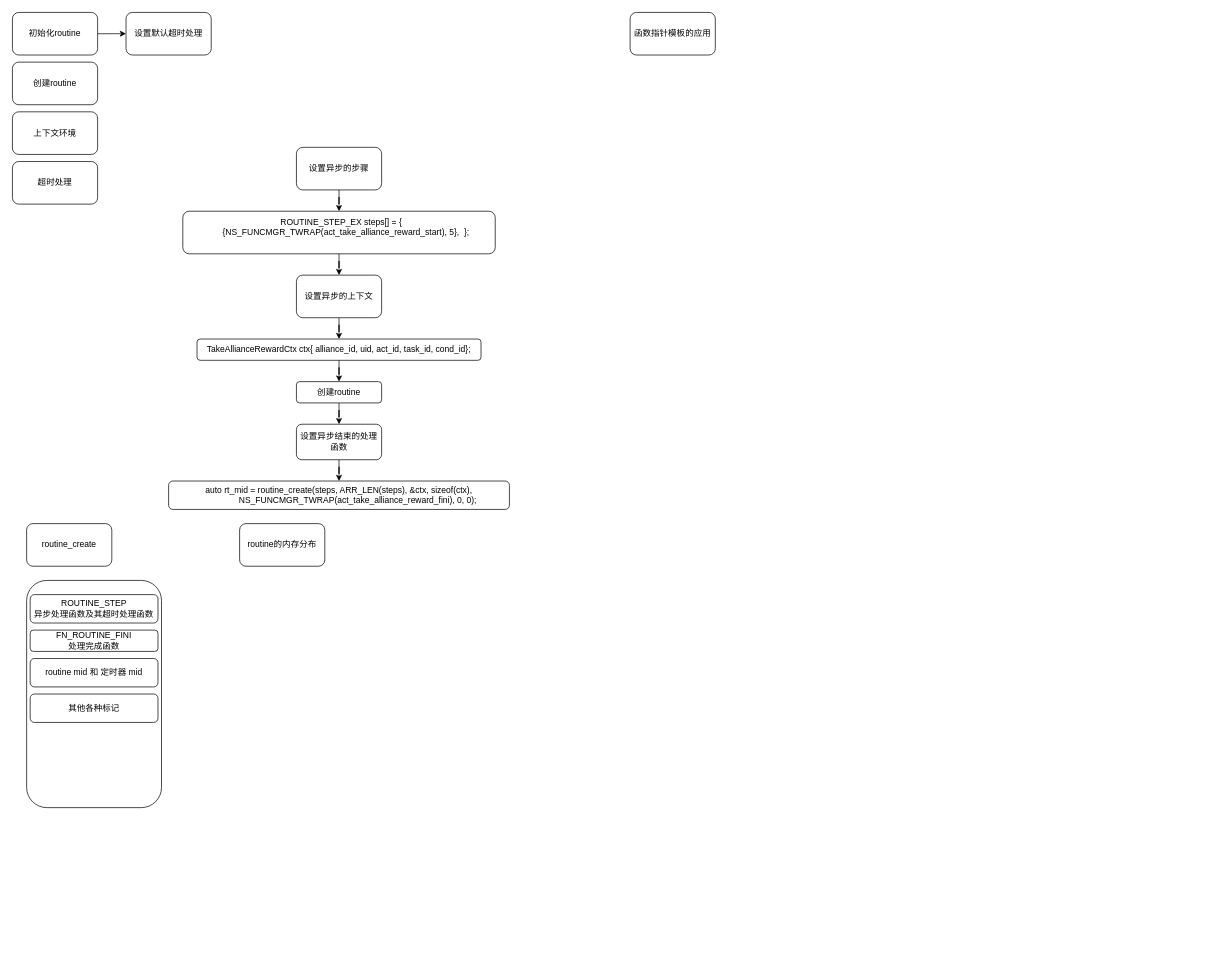
The draw.io diagram 异步.drawio in junpfeng/UE, before the edit. Source tidied: cells renumbered, new cells numbered last; positions are measured from the earlier drawing's top-left corner, leaving out a move shared by most shapes. Both pictures are drawn from the tidied source at 71%, with x=0, y=0 at pixel (12, 12).
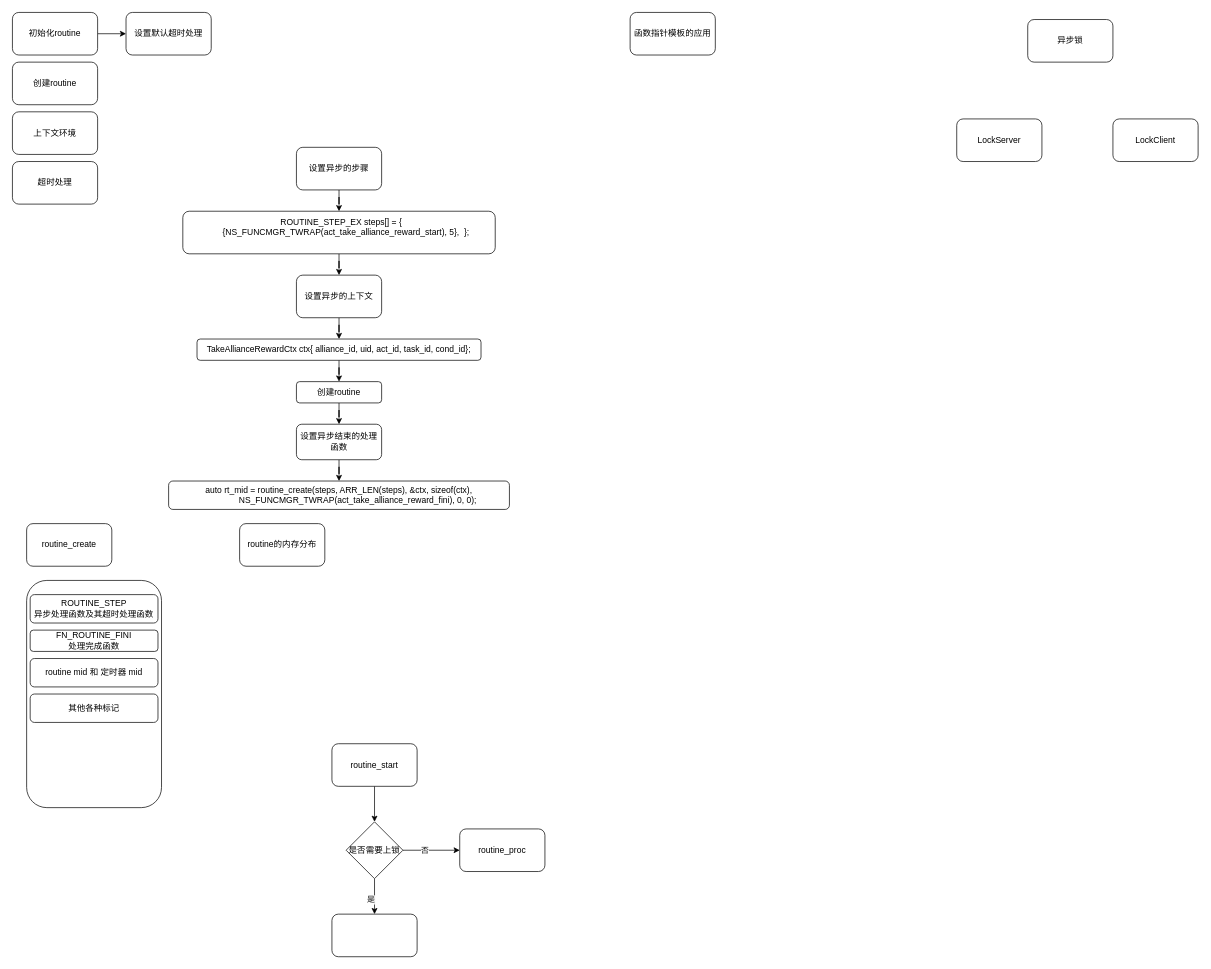
After the change.

The edit, as a diff of the source:
```diff
@@
+    <mxCell id="29" style="edgeStyle=orthogonalEdgeStyle;rounded=0;jettySize=auto;html=1;entryX=0.5;entryY=0;entryDx=0;entryDy=0;" parent="1" edge="1" source="30" target="36">
+      <mxGeometry relative="1" as="geometry" />
+    </mxCell>
+    <mxCell id="30" value="routine_start" style="rounded=1;whiteSpace=wrap;html=1;" parent="1" vertex="1">
+      <mxGeometry x="450" y="1030" width="120" height="60" as="geometry" />
+    </mxCell>
+    <mxCell id="31" value="routine_proc" style="whiteSpace=wrap;html=1;rounded=1;" parent="1" vertex="1">
+      <mxGeometry x="630" y="1150" width="120" height="60" as="geometry" />
+    </mxCell>
+    <mxCell id="32" style="edgeStyle=orthogonalEdgeStyle;rounded=0;jettySize=auto;html=1;exitX=1;exitY=0.5;exitDx=0;exitDy=0;entryX=0;entryY=0.5;entryDx=0;entryDy=0;" parent="1" edge="1" source="36" target="31">
+      <mxGeometry relative="1" as="geometry" />
+    </mxCell>
+    <mxCell id="33" value="否" style="edgeLabel;html=1;align=center;verticalAlign=middle;" parent="32" vertex="1">
+      <mxGeometry x="-0.26" relative="1" as="geometry" />
+    </mxCell>
+    <mxCell id="34" style="edgeStyle=orthogonalEdgeStyle;rounded=0;jettySize=auto;html=1;entryX=0.5;entryY=0;entryDx=0;entryDy=0;" parent="1" edge="1" source="36" target="37">
+      <mxGeometry relative="1" as="geometry" />
+    </mxCell>
+    <mxCell id="35" value="是" style="edgeLabel;html=1;align=center;verticalAlign=middle;" parent="34" vertex="1">
+      <mxGeometry x="0.16" y="-6" relative="1" as="geometry" />
+    </mxCell>
+    <mxCell id="36" value="是否需要上锁" style="rhombus;whiteSpace=wrap;html=1;" parent="1" vertex="1">
+      <mxGeometry x="470" y="1140" width="80" height="80" as="geometry" />
+    </mxCell>
+    <mxCell id="37" style="rounded=1;whiteSpace=wrap;html=1;" parent="1" vertex="1">
+      <mxGeometry x="450" y="1270" width="120" height="60" as="geometry" />
+    </mxCell>
+    <mxCell id="38" value="异步锁" style="rounded=1;whiteSpace=wrap;html=1;" parent="1" vertex="1">
+      <mxGeometry x="1430" y="10" width="120" height="60" as="geometry" />
+    </mxCell>
+    <mxCell id="39" value="LockServer" style="rounded=1;whiteSpace=wrap;html=1;" parent="1" vertex="1">
+      <mxGeometry x="1330" y="150" width="120" height="60" as="geometry" />
+    </mxCell>
+    <mxCell id="40" value="LockClient" style="rounded=1;whiteSpace=wrap;html=1;" parent="1" vertex="1">
+      <mxGeometry x="1550" y="150" width="120" height="60" as="geometry" />
+    </mxCell>
```
